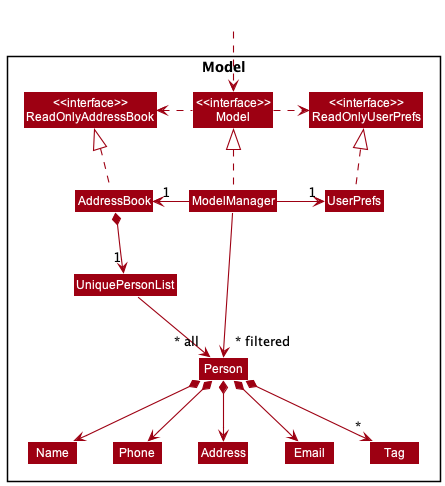
Earlier version of the PlantUML export docs/images/ModelClassDiagram.png (nus-cs2103-AY2223S1/tp).
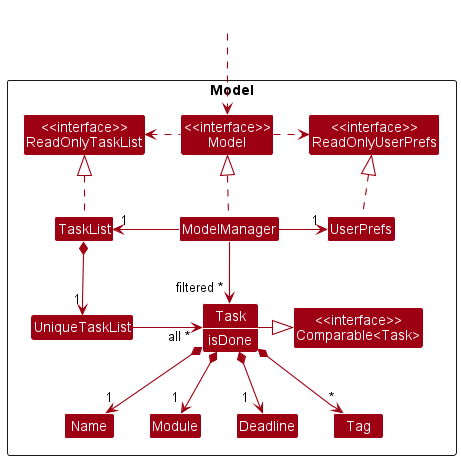
After the commit.

Commit message:
Update Model information in DG

Change to the diagram source:
```diff
@@ -4,47 +4,55 @@
 skinparam arrowColor MODEL_COLOR
 skinparam classBackgroundColor MODEL_COLOR
 
+show members
+hide empty members
+skinparam genericDisplay old
+
 Package Model <<Rectangle>>{
-Class "<<interface>>\nReadOnlyAddressBook" as ReadOnlyAddressBook
-Class "<<interface>>\nReadOnlyUserPrefs" as ReadOnlyUserPrefs
-Class "<<interface>>\nModel" as Model
-Class AddressBook
-Class ModelManager
-Class UserPrefs
+    Class "<<interface>>\nReadOnlyTaskList" as ReadOnlyTaskList
+    Class "<<interface>>\nReadOnlyUserPrefs" as ReadOnlyUserPrefs
+    Class "<<interface>>\nModel" as Model
+    Class TaskList
+    Class ModelManager
+    Class UserPrefs
+    Class UniqueTaskList
+    Class Task {
+       isDone
+    }
 
-Class UniquePersonList
-Class Person
-Class Address
-Class Email
-Class Name
-Class Phone
-Class Tag
+    Class "<<interface>>\nComparable<Task>" as Comparable
 
+    Class Deadline
+    Class Name
+    Class Module
+    Class Tag
 }
 
 Class HiddenOutside #FFFFFF
 HiddenOutside ..> Model
 
-AddressBook .up.|> ReadOnlyAddressBook
+TaskList .up.|> ReadOnlyTaskList
 
 ModelManager .up.|> Model
 Model .right.> ReadOnlyUserPrefs
-Model .left.> ReadOnlyAddressBook
-ModelManager -left-> "1" AddressBook
+Model .left.> ReadOnlyTaskList
+ModelManager -left-> "1" TaskList
 ModelManager -right-> "1" UserPrefs
 UserPrefs .up.|> ReadOnlyUserPrefs
 
-AddressBook *--> "1" UniquePersonList
-UniquePersonList --> "~* all" Person
-Person *--> Name
-Person *--> Phone
-Person *--> Email
-Person *--> Address
-Person *--> "*" Tag
+TaskList *--> "1" UniqueTaskList
 
-Name -[hidden]right-> Phone
-Phone -[hidden]right-> Address
-Address -[hidden]right-> Email
+UniqueTaskList -r-> "all ~* " Task : \t
 
-ModelManager -->"~* filtered" Person
+Task -|> Comparable
+
+Task *--> "1" Name
+Task *--> "1 " Module
+Task *--> "1  " Deadline
+Task *--> "*" Tag
+
+Name -[hidden]right-> Module
+Module -[hidden]right-> Deadline
+
+ModelManager -->"filtered ~*" Task
 @enduml
```
